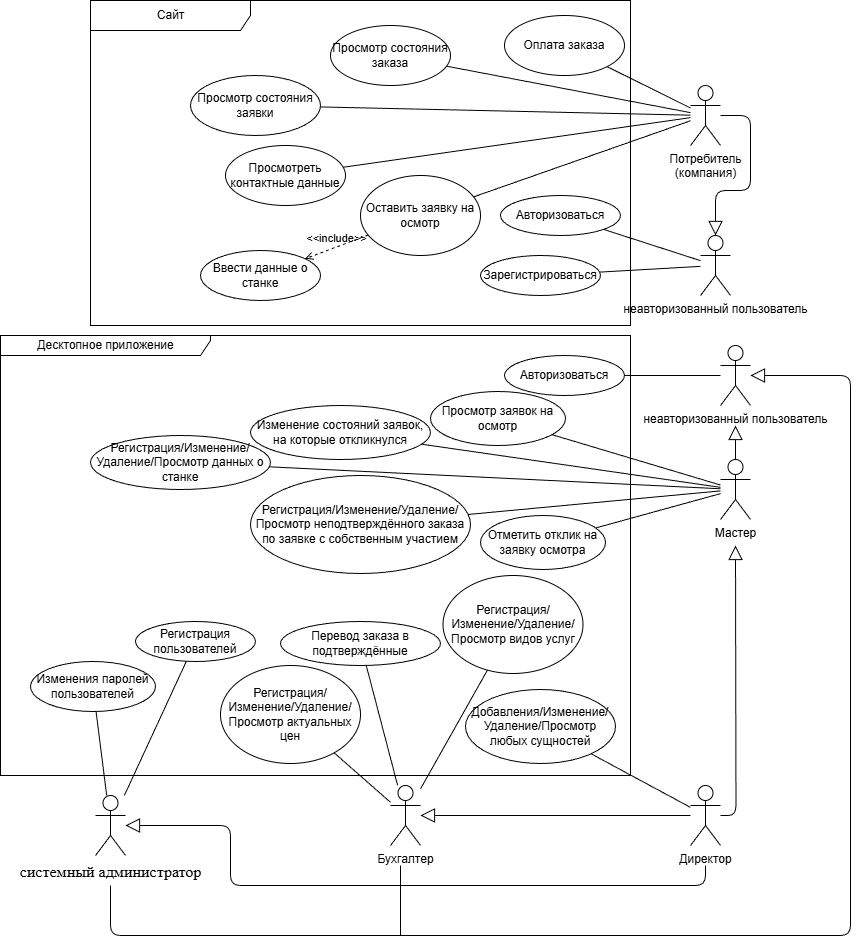
The draw.io diagram UML_USECASE_diag.png in jecsonM/TRPO4course-, before a commit. Source tidied: cells renumbered, new cells last; positions are measured from the earlier drawing's top-left corner, leaving out a move shared by most shapes.
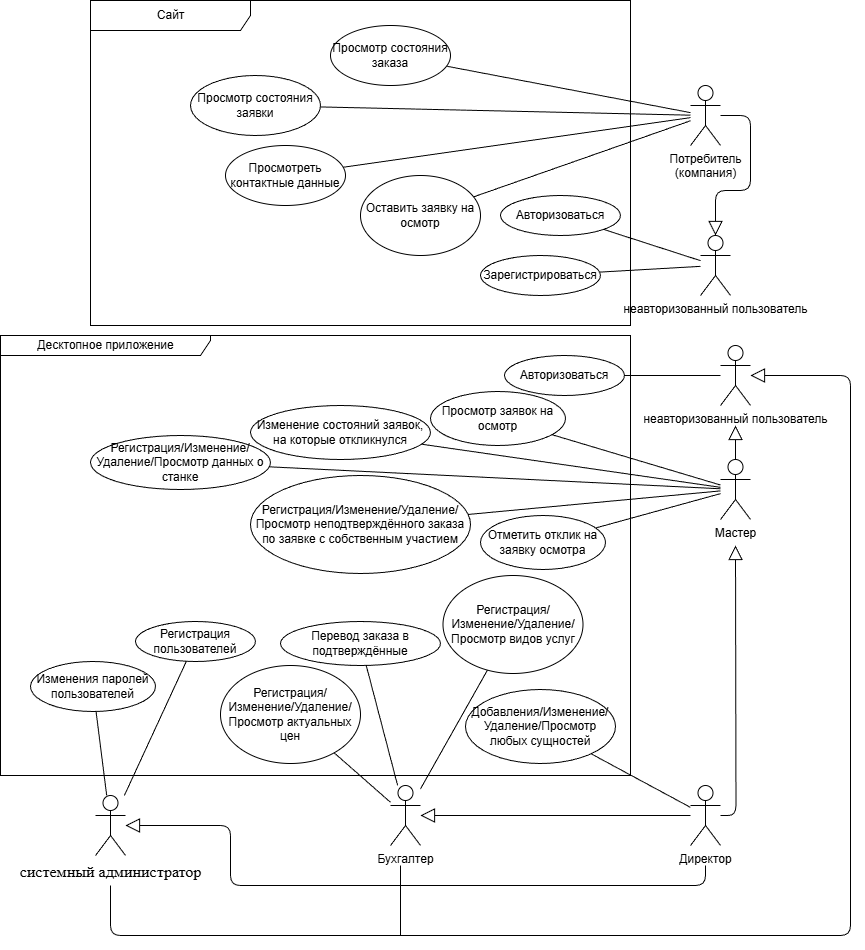
Later version of the same file.

What changed in the source:
```diff
@@ -5,9 +5,6 @@
     <mxCell id="2" value="Сайт" style="shape=umlFrame;tabWidth=110;tabHeight=30;tabPosition=left;html=1;boundedLbl=1;labelInHeader=1;width=160;height=30;" parent="1" vertex="1">
       <mxGeometry x="90" width="540" height="325" as="geometry" />
     </mxCell>
-    <mxCell id="3" style="edgeStyle=none;html=1;endArrow=none;endFill=0;" parent="1" edge="1" source="8" target="43">
-      <mxGeometry relative="1" as="geometry" />
-    </mxCell>
     <mxCell id="4" style="edgeStyle=none;html=1;endArrow=none;endFill=0;" parent="1" edge="1" source="8" target="47">
       <mxGeometry relative="1" as="geometry" />
     </mxCell>
@@ -38,12 +35,6 @@
     <mxCell id="13" value="&lt;span style=&quot;&quot;&gt;Авторизоваться&lt;/span&gt;" style="ellipse;whiteSpace=wrap;html=1;fillColor=none;" parent="1" vertex="1">
       <mxGeometry x="500" y="195" width="120" height="40" as="geometry" />
     </mxCell>
-    <mxCell id="14" value="Ввести данные о станке" style="ellipse;whiteSpace=wrap;html=1;fillColor=none;" parent="1" vertex="1">
-      <mxGeometry x="200" y="250" width="120" height="50" as="geometry" />
-    </mxCell>
-    <mxCell id="15" value="&amp;lt;&amp;lt;include&amp;gt;&amp;gt;" style="html=1;verticalAlign=bottom;labelBackgroundColor=none;endArrow=open;endFill=0;dashed=1;" parent="1" edge="1" source="41" target="14">
-      <mxGeometry relative="1" as="geometry" />
-    </mxCell>
     <mxCell id="16" value="Десктопное приложение" style="shape=umlFrame;tabWidth=110;tabHeight=30;tabPosition=left;html=1;boundedLbl=1;labelInHeader=1;width=210;height=20;" parent="1" vertex="1">
       <mxGeometry y="335" width="630" height="440" as="geometry" />
     </mxCell>
@@ -125,9 +116,6 @@
     <mxCell id="42" value="Просмотр состояния заказа" style="ellipse;whiteSpace=wrap;html=1;fillColor=none;" parent="1" vertex="1">
       <mxGeometry x="330" y="25" width="120" height="60" as="geometry" />
     </mxCell>
-    <mxCell id="43" value="Оплата заказа" style="ellipse;whiteSpace=wrap;html=1;fillColor=none;" parent="1" vertex="1">
-      <mxGeometry x="504" y="15" width="120" height="60" as="geometry" />
-    </mxCell>
     <mxCell id="44" value="&lt;span style=&quot;&quot;&gt;Регистрация/Изменение/Удаление/Просмотр видов услуг&lt;/span&gt;" style="ellipse;whiteSpace=wrap;html=1;fillColor=none;" parent="1" vertex="1">
       <mxGeometry x="442.5" y="575" width="140" height="98" as="geometry" />
     </mxCell>
```
